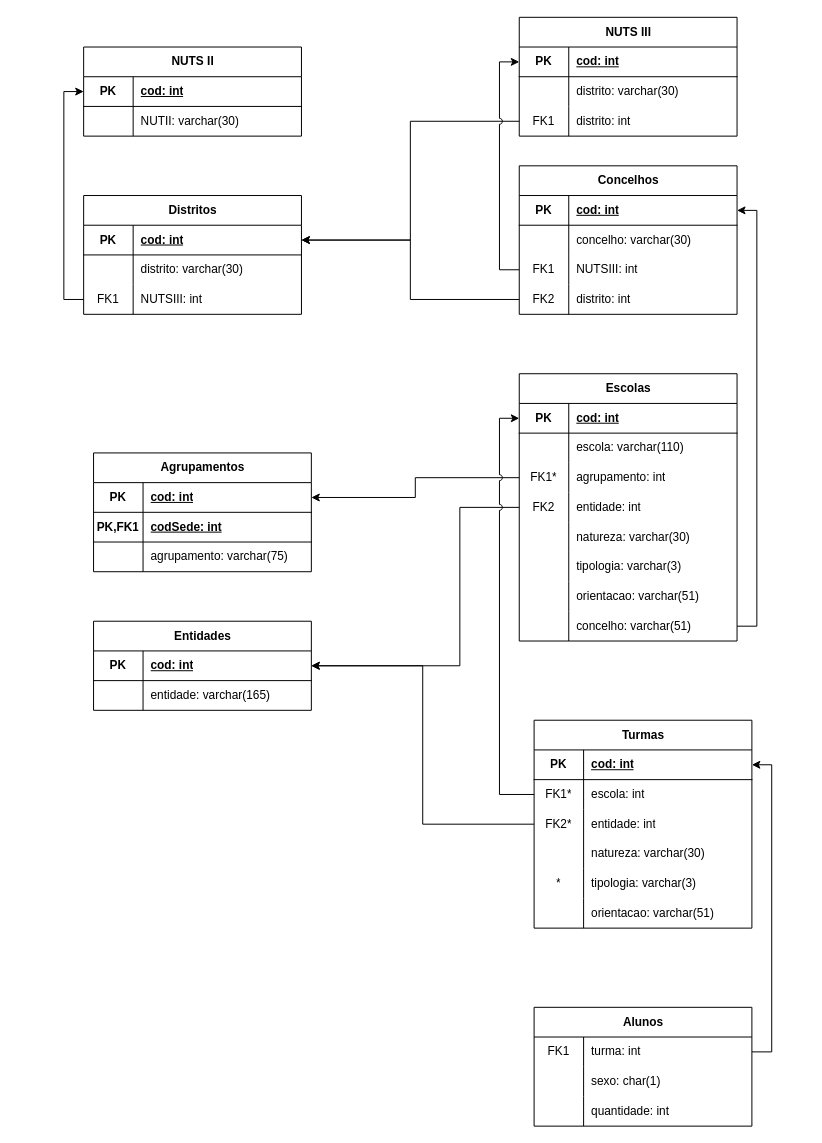
Earlier version of the draw.io diagram page "Relacional" (5 of 5) of UML1.drawio (damaral31/Portuguese-School-System-DB-Modeling). Source tidied: cells renumbered, new cells numbered last; positions are measured from the earlier drawing's top-left corner, leaving out a move shared by most shapes. Both pictures are drawn from the tidied source at 99%, with x=0, y=0 at pixel (83, 17).
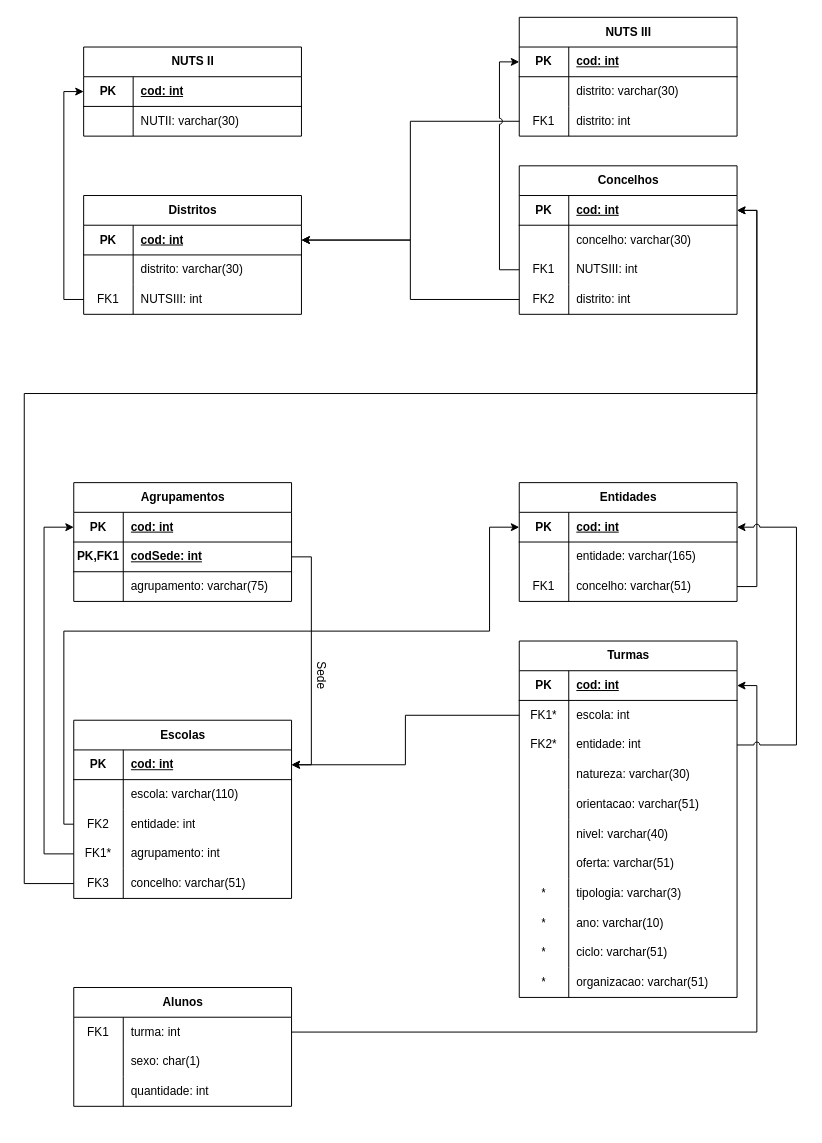
After the change.

The change refers to these unchanged cells:
```xml
<mxCell id="4" style="shape=tableRow;horizontal=0;startSize=0;swimlaneHead=0;swimlaneBody=0;fillColor=none;points=[[0,0.5],[1,0.5]];portConstraint=eastwest;top=0;left=0;right=0;bottom=1;" parent="3" vertex="1">
  <mxGeometry y="30" width="220" height="30" as="geometry" />
</mxCell>
<mxCell id="7" style="shape=tableRow;horizontal=0;startSize=0;swimlaneHead=0;swimlaneBody=0;fillColor=none;points=[[0,0.5],[1,0.5]];portConstraint=eastwest;top=0;left=0;right=0;bottom=1;" parent="3" vertex="1">
  <mxGeometry y="60" width="220" height="30" as="geometry" />
</mxCell>
<mxCell id="14" style="shape=tableRow;horizontal=0;startSize=0;swimlaneHead=0;swimlaneBody=0;fillColor=none;points=[[0,0.5],[1,0.5]];portConstraint=eastwest;top=0;left=0;right=0;bottom=1;" parent="13" vertex="1">
  <mxGeometry y="30" width="220" height="30" as="geometry" />
</mxCell>
<mxCell id="40" style="shape=tableRow;horizontal=0;startSize=0;swimlaneHead=0;swimlaneBody=0;fillColor=none;points=[[0,0.5],[1,0.5]];portConstraint=eastwest;top=0;left=0;right=0;bottom=1;" parent="39" vertex="1">
  <mxGeometry y="30" width="220" height="30" as="geometry" />
</mxCell>
<mxCell id="51" style="shape=tableRow;horizontal=0;startSize=0;swimlaneHead=0;swimlaneBody=0;fillColor=none;points=[[0,0.5],[1,0.5]];portConstraint=eastwest;top=0;left=0;right=0;bottom=0;" parent="47" vertex="1">
  <mxGeometry y="60" width="220" height="30" as="geometry" />
</mxCell>
<mxCell id="54" style="shape=tableRow;horizontal=0;startSize=0;swimlaneHead=0;swimlaneBody=0;fillColor=none;points=[[0,0.5],[1,0.5]];portConstraint=eastwest;top=0;left=0;right=0;bottom=0;" parent="47" vertex="1">
  <mxGeometry y="90" width="220" height="30" as="geometry" />
</mxCell>
<mxCell id="80" style="shape=tableRow;horizontal=0;startSize=0;swimlaneHead=0;swimlaneBody=0;fillColor=none;points=[[0,0.5],[1,0.5]];portConstraint=eastwest;top=0;left=0;right=0;bottom=1;" parent="79" vertex="1">
  <mxGeometry y="30" width="220" height="30" as="geometry" />
</mxCell>
```

What changed in the source:
```diff
@@
     <mxCell id="3" value="Agrupamentos" style="shape=table;startSize=30;childLayout=tableLayout;rowLines=0;fontStyle=1;align=center;html=1;" parent="1" vertex="1">
-      <mxGeometry x="10" y="440" width="220" height="120" as="geometry" />
+      <mxGeometry x="-10" y="470" width="220" height="120" as="geometry" />
     </mxCell>
@@
     <mxCell id="13" value="Escolas" style="shape=table;startSize=30;childLayout=tableLayout;rowLines=0;fontStyle=1;align=center;html=1;" parent="1" vertex="1">
-      <mxGeometry x="440" y="360" width="220" height="270" as="geometry" />
+      <mxGeometry x="-10" y="710" width="220" height="180" as="geometry" />
     </mxCell>
@@
+    <mxCell id="23" style="shape=tableRow;horizontal=0;startSize=0;swimlaneHead=0;swimlaneBody=0;fillColor=none;points=[[0,0.5],[1,0.5]];portConstraint=eastwest;top=0;left=0;right=0;bottom=0;" parent="13" vertex="1">
+      <mxGeometry y="90" width="220" height="30" as="geometry" />
+    </mxCell>
+    <mxCell id="24" value="FK2" style="shape=partialRectangle;fillColor=none;top=0;left=0;bottom=0;right=0;overflow=hidden;whiteSpace=wrap;html=1;" parent="23" vertex="1">
+      <mxGeometry width="50" height="30" as="geometry" />
+    </mxCell>
+    <mxCell id="25" value="entidade: int" style="shape=partialRectangle;fillColor=none;top=0;left=0;bottom=0;right=0;align=left;spacingLeft=6;overflow=hidden;whiteSpace=wrap;html=1;" parent="23" vertex="1">
+      <mxGeometry x="50" width="170" height="30" as="geometry" />
+    </mxCell>
     <mxCell id="20" style="shape=tableRow;horizontal=0;startSize=0;swimlaneHead=0;swimlaneBody=0;fillColor=none;points=[[0,0.5],[1,0.5]];portConstraint=eastwest;top=0;left=0;right=0;bottom=0;" parent="13" vertex="1">
-      <mxGeometry y="90" width="220" height="30" as="geometry" />
+      <mxGeometry y="120" width="220" height="30" as="geometry" />
     </mxCell>
@@
-    <mxCell id="23" style="shape=tableRow;horizontal=0;startSize=0;swimlaneHead=0;swimlaneBody=0;fillColor=none;points=[[0,0.5],[1,0.5]];portConstraint=eastwest;top=0;left=0;right=0;bottom=0;" parent="13" vertex="1">
-      <mxGeometry y="120" width="220" height="30" as="geometry" />
-    </mxCell>
-    <mxCell id="24" value="FK2" style="shape=partialRectangle;fillColor=none;top=0;left=0;bottom=0;right=0;overflow=hidden;whiteSpace=wrap;html=1;" parent="23" vertex="1">
-      <mxGeometry width="50" height="30" as="geometry" />
-    </mxCell>
-    <mxCell id="25" value="entidade: int" style="shape=partialRectangle;fillColor=none;top=0;left=0;bottom=0;right=0;align=left;spacingLeft=6;overflow=hidden;whiteSpace=wrap;html=1;" parent="23" vertex="1">
-      <mxGeometry x="50" width="170" height="30" as="geometry" />
-    </mxCell>
-    <mxCell id="26" style="shape=tableRow;horizontal=0;startSize=0;swimlaneHead=0;swimlaneBody=0;fillColor=none;top=0;left=0;right=0;bottom=0;" parent="13" vertex="1">
-      <mxGeometry y="150" width="220" height="30" as="geometry" />
-    </mxCell>
-    <mxCell id="27" style="shape=partialRectangle;fillColor=none;top=0;left=0;bottom=0;right=0;overflow=hidden;whiteSpace=wrap;html=1;" parent="26" vertex="1">
-      <mxGeometry width="50" height="30" as="geometry" />
-    </mxCell>
-    <mxCell id="28" value="natureza: varchar(30)" style="shape=partialRectangle;fillColor=none;top=0;left=0;bottom=0;right=0;align=left;spacingLeft=6;overflow=hidden;whiteSpace=wrap;html=1;" parent="26" vertex="1">
-      <mxGeometry x="50" width="170" height="30" as="geometry" />
-    </mxCell>
-    <mxCell id="29" style="shape=tableRow;horizontal=0;startSize=0;swimlaneHead=0;swimlaneBody=0;fillColor=none;top=0;left=0;right=0;bottom=0;" parent="13" vertex="1">
-      <mxGeometry y="180" width="220" height="30" as="geometry" />
-    </mxCell>
-    <mxCell id="30" style="shape=partialRectangle;fillColor=none;top=0;left=0;bottom=0;right=0;overflow=hidden;whiteSpace=wrap;html=1;" parent="29" vertex="1">
-      <mxGeometry width="50" height="30" as="geometry" />
-    </mxCell>
-    <mxCell id="31" value="tipologia: varchar(3)" style="shape=partialRectangle;fillColor=none;top=0;left=0;bottom=0;right=0;align=left;spacingLeft=6;overflow=hidden;whiteSpace=wrap;html=1;" parent="29" vertex="1">
-      <mxGeometry x="50" width="170" height="30" as="geometry" />
-    </mxCell>
-    <mxCell id="32" style="shape=tableRow;horizontal=0;startSize=0;swimlaneHead=0;swimlaneBody=0;fillColor=none;top=0;left=0;right=0;bottom=0;" parent="13" vertex="1">
-      <mxGeometry y="210" width="220" height="30" as="geometry" />
-    </mxCell>
-    <mxCell id="33" style="shape=partialRectangle;fillColor=none;top=0;left=0;bottom=0;right=0;overflow=hidden;whiteSpace=wrap;html=1;" parent="32" vertex="1">
-      <mxGeometry width="50" height="30" as="geometry" />
-    </mxCell>
-    <mxCell id="34" value="orientacao: varchar(51)" style="shape=partialRectangle;fillColor=none;top=0;left=0;bottom=0;right=0;align=left;spacingLeft=6;overflow=hidden;whiteSpace=wrap;html=1;" parent="32" vertex="1">
-      <mxGeometry x="50" width="170" height="30" as="geometry" />
-    </mxCell>
     <mxCell id="35" style="shape=tableRow;horizontal=0;startSize=0;swimlaneHead=0;swimlaneBody=0;fillColor=none;points=[[0,0.5],[1,0.5]];portConstraint=eastwest;top=0;left=0;right=0;bottom=0;" parent="13" vertex="1">
-      <mxGeometry y="240" width="220" height="30" as="geometry" />
+      <mxGeometry y="150" width="220" height="30" as="geometry" />
     </mxCell>
-    <mxCell id="36" style="shape=partialRectangle;fillColor=none;top=0;left=0;bottom=0;right=0;overflow=hidden;whiteSpace=wrap;html=1;" parent="35" vertex="1">
+    <mxCell id="36" value="FK3" style="shape=partialRectangle;fillColor=none;top=0;left=0;bottom=0;right=0;overflow=hidden;whiteSpace=wrap;html=1;" parent="35" vertex="1">
       <mxGeometry width="50" height="30" as="geometry" />
     </mxCell>
@@
-    <mxCell id="38" style="edgeStyle=orthogonalEdgeStyle;rounded=0;jettySize=auto;html=1;exitX=0;exitY=0.5;exitDx=0;exitDy=0;entryX=1;entryY=0.5;entryDx=0;entryDy=0;" parent="1" edge="1" source="20" target="4">
-      <mxGeometry relative="1" as="geometry" />
-    </mxCell>
     <mxCell id="39" value="Entidades" style="shape=table;startSize=30;childLayout=tableLayout;rowLines=0;fontStyle=1;align=center;html=1;" parent="1" vertex="1">
-      <mxGeometry x="10" y="610" width="220" height="90" as="geometry" />
+      <mxGeometry x="440" y="470" width="220" height="120" as="geometry" />
     </mxCell>
@@
-    <mxCell id="46" style="edgeStyle=orthogonalEdgeStyle;rounded=0;jettySize=auto;html=1;exitX=0;exitY=0.5;exitDx=0;exitDy=0;entryX=1;entryY=0.5;entryDx=0;entryDy=0;" parent="1" edge="1" source="23" target="40">
-      <mxGeometry relative="1" as="geometry">
-        <Array as="points">
-          <mxPoint x="380" y="495" />
-          <mxPoint x="380" y="655" />
-        </Array>
-      </mxGeometry>
-    </mxCell>
+    <mxCell id="123" style="shape=tableRow;horizontal=0;startSize=0;swimlaneHead=0;swimlaneBody=0;fillColor=none;points=[[0,0.5],[1,0.5]];portConstraint=eastwest;top=0;left=0;right=0;bottom=0;" parent="39" vertex="1">
+      <mxGeometry y="90" width="220" height="30" as="geometry" />
+    </mxCell>
+    <mxCell id="124" value="FK1" style="shape=partialRectangle;fillColor=none;top=0;left=0;bottom=0;right=0;overflow=hidden;whiteSpace=wrap;html=1;" parent="123" vertex="1">
+      <mxGeometry width="50" height="30" as="geometry" />
+    </mxCell>
+    <mxCell id="125" value="concelho: varchar(51)" style="shape=partialRectangle;fillColor=none;top=0;left=0;bottom=0;right=0;align=left;spacingLeft=6;overflow=hidden;whiteSpace=wrap;html=1;" parent="123" vertex="1">
+      <mxGeometry x="50" width="170" height="30" as="geometry" />
+    </mxCell>
     <mxCell id="47" value="Turmas" style="shape=table;startSize=30;childLayout=tableLayout;rowLines=0;fontStyle=1;align=center;html=1;" parent="1" vertex="1">
-      <mxGeometry x="455" y="710" width="220" height="210" as="geometry" />
+      <mxGeometry x="440" y="630" width="220" height="360" as="geometry" />
     </mxCell>
@@
+    <mxCell id="63" style="shape=tableRow;horizontal=0;startSize=0;swimlaneHead=0;swimlaneBody=0;fillColor=none;top=0;left=0;right=0;bottom=0;" parent="47" vertex="1">
+      <mxGeometry y="150" width="220" height="30" as="geometry" />
+    </mxCell>
+    <mxCell id="64" style="shape=partialRectangle;fillColor=none;top=0;left=0;bottom=0;right=0;overflow=hidden;whiteSpace=wrap;html=1;" parent="63" vertex="1">
+      <mxGeometry width="50" height="30" as="geometry" />
+    </mxCell>
+    <mxCell id="65" value="orientacao: varchar(51)" style="shape=partialRectangle;fillColor=none;top=0;left=0;bottom=0;right=0;align=left;spacingLeft=6;overflow=hidden;whiteSpace=wrap;html=1;" parent="63" vertex="1">
+      <mxGeometry x="50" width="170" height="30" as="geometry" />
+    </mxCell>
+    <mxCell id="29" style="shape=tableRow;horizontal=0;startSize=0;swimlaneHead=0;swimlaneBody=0;fillColor=none;top=0;left=0;right=0;bottom=0;" parent="47" vertex="1">
+      <mxGeometry y="180" width="220" height="30" as="geometry" />
+    </mxCell>
+    <mxCell id="126" style="shape=partialRectangle;fillColor=none;top=0;left=0;bottom=0;right=0;overflow=hidden;whiteSpace=wrap;html=1;" parent="29" vertex="1">
+      <mxGeometry width="50" height="30" as="geometry" />
+    </mxCell>
+    <mxCell id="127" value="nivel: varchar(40)" style="shape=partialRectangle;fillColor=none;top=0;left=0;bottom=0;right=0;align=left;spacingLeft=6;overflow=hidden;whiteSpace=wrap;html=1;" parent="29" vertex="1">
+      <mxGeometry x="50" width="170" height="30" as="geometry" />
+    </mxCell>
+    <mxCell id="32" style="shape=tableRow;horizontal=0;startSize=0;swimlaneHead=0;swimlaneBody=0;fillColor=none;top=0;left=0;right=0;bottom=0;" parent="47" vertex="1">
+      <mxGeometry y="210" width="220" height="30" as="geometry" />
+    </mxCell>
+    <mxCell id="128" style="shape=partialRectangle;fillColor=none;top=0;left=0;bottom=0;right=0;overflow=hidden;whiteSpace=wrap;html=1;" parent="32" vertex="1">
+      <mxGeometry width="50" height="30" as="geometry" />
+    </mxCell>
+    <mxCell id="129" value="oferta: varchar(51)" style="shape=partialRectangle;fillColor=none;top=0;left=0;bottom=0;right=0;align=left;spacingLeft=6;overflow=hidden;whiteSpace=wrap;html=1;" parent="32" vertex="1">
+      <mxGeometry x="50" width="170" height="30" as="geometry" />
+    </mxCell>
     <mxCell id="60" style="shape=tableRow;horizontal=0;startSize=0;swimlaneHead=0;swimlaneBody=0;fillColor=none;top=0;left=0;right=0;bottom=0;" parent="47" vertex="1">
-      <mxGeometry y="150" width="220" height="30" as="geometry" />
+      <mxGeometry y="240" width="220" height="30" as="geometry" />
     </mxCell>
@@
-    <mxCell id="63" style="shape=tableRow;horizontal=0;startSize=0;swimlaneHead=0;swimlaneBody=0;fillColor=none;top=0;left=0;right=0;bottom=0;" parent="47" vertex="1">
-      <mxGeometry y="180" width="220" height="30" as="geometry" />
-    </mxCell>
-    <mxCell id="64" style="shape=partialRectangle;fillColor=none;top=0;left=0;bottom=0;right=0;overflow=hidden;whiteSpace=wrap;html=1;" parent="63" vertex="1">
-      <mxGeometry width="50" height="30" as="geometry" />
-    </mxCell>
-    <mxCell id="65" value="orientacao: varchar(51)" style="shape=partialRectangle;fillColor=none;top=0;left=0;bottom=0;right=0;align=left;spacingLeft=6;overflow=hidden;whiteSpace=wrap;html=1;" parent="63" vertex="1">
-      <mxGeometry x="50" width="170" height="30" as="geometry" />
-    </mxCell>
-    <mxCell id="66" style="edgeStyle=orthogonalEdgeStyle;rounded=0;jettySize=auto;html=1;exitX=0;exitY=0.5;exitDx=0;exitDy=0;entryX=0;entryY=0.5;entryDx=0;entryDy=0;jumpStyle=arc;" parent="1" edge="1" source="51" target="14">
-      <mxGeometry relative="1" as="geometry" />
-    </mxCell>
-    <mxCell id="67" style="edgeStyle=orthogonalEdgeStyle;rounded=0;jettySize=auto;html=1;exitX=0;exitY=0.5;exitDx=0;exitDy=0;entryX=1;entryY=0.5;entryDx=0;entryDy=0;" parent="1" edge="1" source="54" target="40">
-      <mxGeometry relative="1" as="geometry" />
-    </mxCell>
+    <mxCell id="130" style="shape=tableRow;horizontal=0;startSize=0;swimlaneHead=0;swimlaneBody=0;fillColor=none;top=0;left=0;right=0;bottom=0;" parent="47" vertex="1">
+      <mxGeometry y="270" width="220" height="30" as="geometry" />
+    </mxCell>
+    <mxCell id="131" value="*" style="shape=partialRectangle;fillColor=none;top=0;left=0;bottom=0;right=0;overflow=hidden;whiteSpace=wrap;html=1;" parent="130" vertex="1">
+      <mxGeometry width="50" height="30" as="geometry" />
+    </mxCell>
+    <mxCell id="132" value="ano: varchar(10)" style="shape=partialRectangle;fillColor=none;top=0;left=0;bottom=0;right=0;align=left;spacingLeft=6;overflow=hidden;whiteSpace=wrap;html=1;" parent="130" vertex="1">
+      <mxGeometry x="50" width="170" height="30" as="geometry" />
+    </mxCell>
+    <mxCell id="133" style="shape=tableRow;horizontal=0;startSize=0;swimlaneHead=0;swimlaneBody=0;fillColor=none;top=0;left=0;right=0;bottom=0;" parent="47" vertex="1">
+      <mxGeometry y="300" width="220" height="30" as="geometry" />
+    </mxCell>
+    <mxCell id="134" value="*" style="shape=partialRectangle;fillColor=none;top=0;left=0;bottom=0;right=0;overflow=hidden;whiteSpace=wrap;html=1;" parent="133" vertex="1">
+      <mxGeometry width="50" height="30" as="geometry" />
+    </mxCell>
+    <mxCell id="135" value="ciclo: varchar(51)" style="shape=partialRectangle;fillColor=none;top=0;left=0;bottom=0;right=0;align=left;spacingLeft=6;overflow=hidden;whiteSpace=wrap;html=1;" parent="133" vertex="1">
+      <mxGeometry x="50" width="170" height="30" as="geometry" />
+    </mxCell>
+    <mxCell id="136" style="shape=tableRow;horizontal=0;startSize=0;swimlaneHead=0;swimlaneBody=0;fillColor=none;top=0;left=0;right=0;bottom=0;" parent="47" vertex="1">
+      <mxGeometry y="330" width="220" height="30" as="geometry" />
+    </mxCell>
+    <mxCell id="137" value="*" style="shape=partialRectangle;fillColor=none;top=0;left=0;bottom=0;right=0;overflow=hidden;whiteSpace=wrap;html=1;" parent="136" vertex="1">
+      <mxGeometry width="50" height="30" as="geometry" />
+    </mxCell>
+    <mxCell id="138" value="organizacao: varchar(51)" style="shape=partialRectangle;fillColor=none;top=0;left=0;bottom=0;right=0;align=left;spacingLeft=6;overflow=hidden;whiteSpace=wrap;html=1;" parent="136" vertex="1">
+      <mxGeometry x="50" width="170" height="30" as="geometry" />
+    </mxCell>
     <mxCell id="68" value="Alunos" style="shape=table;startSize=30;childLayout=tableLayout;rowLines=0;fontStyle=1;align=center;html=1;" parent="1" vertex="1">
-      <mxGeometry x="455" y="1000" width="220" height="120" as="geometry" />
+      <mxGeometry x="-10" y="980" width="220" height="120" as="geometry" />
     </mxCell>
@@
-    <mxCell id="102" style="edgeStyle=orthogonalEdgeStyle;rounded=0;jettySize=auto;html=1;exitX=1;exitY=0.5;exitDx=0;exitDy=0;entryX=1;entryY=0.5;entryDx=0;entryDy=0;" parent="1" edge="1" source="35" target="80">
-      <mxGeometry relative="1" as="geometry" />
-    </mxCell>
@@
+    <mxCell id="66" style="edgeStyle=orthogonalEdgeStyle;rounded=0;jettySize=auto;html=1;exitX=0;exitY=0.5;exitDx=0;exitDy=0;entryX=1;entryY=0.5;entryDx=0;entryDy=0;" parent="1" edge="1" source="51" target="14">
+      <mxGeometry relative="1" as="geometry" />
+    </mxCell>
+    <mxCell id="102" style="edgeStyle=orthogonalEdgeStyle;rounded=0;jettySize=auto;html=1;exitX=0;exitY=0.5;exitDx=0;exitDy=0;entryX=1;entryY=0.5;entryDx=0;entryDy=0;" parent="1" edge="1" source="35" target="80">
+      <mxGeometry relative="1" as="geometry">
+        <Array as="points">
+          <mxPoint x="-60" y="875" />
+          <mxPoint x="-60" y="380" />
+          <mxPoint x="680" y="380" />
+          <mxPoint x="680" y="195" />
+        </Array>
+      </mxGeometry>
+    </mxCell>
+    <mxCell id="38" style="edgeStyle=orthogonalEdgeStyle;rounded=0;jettySize=auto;html=1;exitX=0;exitY=0.5;exitDx=0;exitDy=0;entryX=0;entryY=0.5;entryDx=0;entryDy=0;" parent="1" edge="1" source="20" target="4">
+      <mxGeometry relative="1" as="geometry">
+        <Array as="points">
+          <mxPoint x="-40" y="845" />
+          <mxPoint x="-40" y="515" />
+        </Array>
+      </mxGeometry>
+    </mxCell>
+    <mxCell id="46" style="edgeStyle=orthogonalEdgeStyle;rounded=0;jettySize=auto;html=1;exitX=0;exitY=0.5;exitDx=0;exitDy=0;entryX=0;entryY=0.5;entryDx=0;entryDy=0;" parent="1" edge="1" source="23" target="40">
+      <mxGeometry relative="1" as="geometry">
+        <Array as="points">
+          <mxPoint x="-20" y="815" />
+          <mxPoint x="-20" y="620" />
+          <mxPoint x="410" y="620" />
+          <mxPoint x="410" y="515" />
+        </Array>
+      </mxGeometry>
+    </mxCell>
+    <mxCell id="139" style="edgeStyle=orthogonalEdgeStyle;rounded=0;jettySize=auto;html=1;exitX=1;exitY=0.5;exitDx=0;exitDy=0;entryX=1;entryY=0.5;entryDx=0;entryDy=0;jumpStyle=arc;" parent="1" edge="1" source="123" target="80">
+      <mxGeometry relative="1" as="geometry" />
+    </mxCell>
+    <mxCell id="140" style="edgeStyle=orthogonalEdgeStyle;rounded=0;jettySize=auto;html=1;exitX=1;exitY=0.5;exitDx=0;exitDy=0;entryX=1;entryY=0.5;entryDx=0;entryDy=0;" parent="1" edge="1" source="7" target="14">
+      <mxGeometry relative="1" as="geometry" />
+    </mxCell>
+    <mxCell id="141" value="Sede" style="text;html=1;align=center;verticalAlign=middle;whiteSpace=wrap;rounded=0;rotation=90;" parent="1" vertex="1">
+      <mxGeometry x="210" y="650" width="60" height="30" as="geometry" />
+    </mxCell>
+    <mxCell id="67" style="edgeStyle=orthogonalEdgeStyle;rounded=0;jettySize=auto;html=1;exitX=1;exitY=0.5;exitDx=0;exitDy=0;entryX=1;entryY=0.5;entryDx=0;entryDy=0;jumpStyle=arc;" parent="1" edge="1" source="54" target="40">
+      <mxGeometry relative="1" as="geometry">
+        <Array as="points">
+          <mxPoint x="720" y="735" />
+          <mxPoint x="720" y="515" />
+        </Array>
+      </mxGeometry>
+    </mxCell>
```
